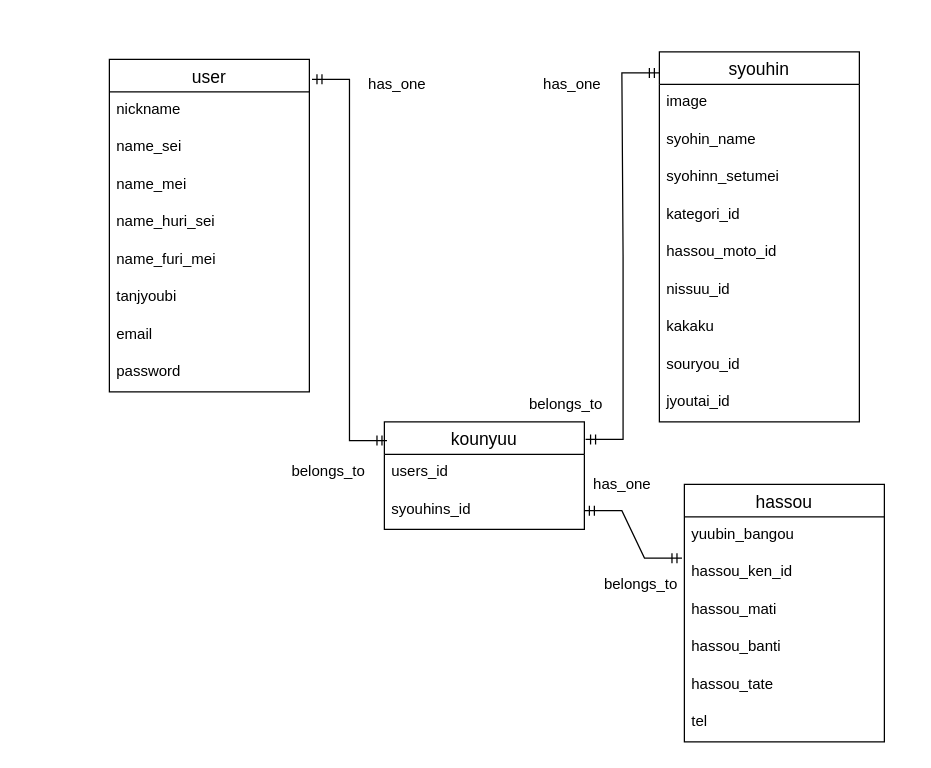
This is DB-ER.dio from nao-ogawara0445/furima-34540, a draw.io file, before an edit. Source tidied: cells renumbered, new cells numbered last; positions are measured from the earlier drawing's top-left corner, leaving out a move shared by most shapes. Both pictures are drawn from the tidied source at 125%, with x=0, y=0 at pixel (109, 51).
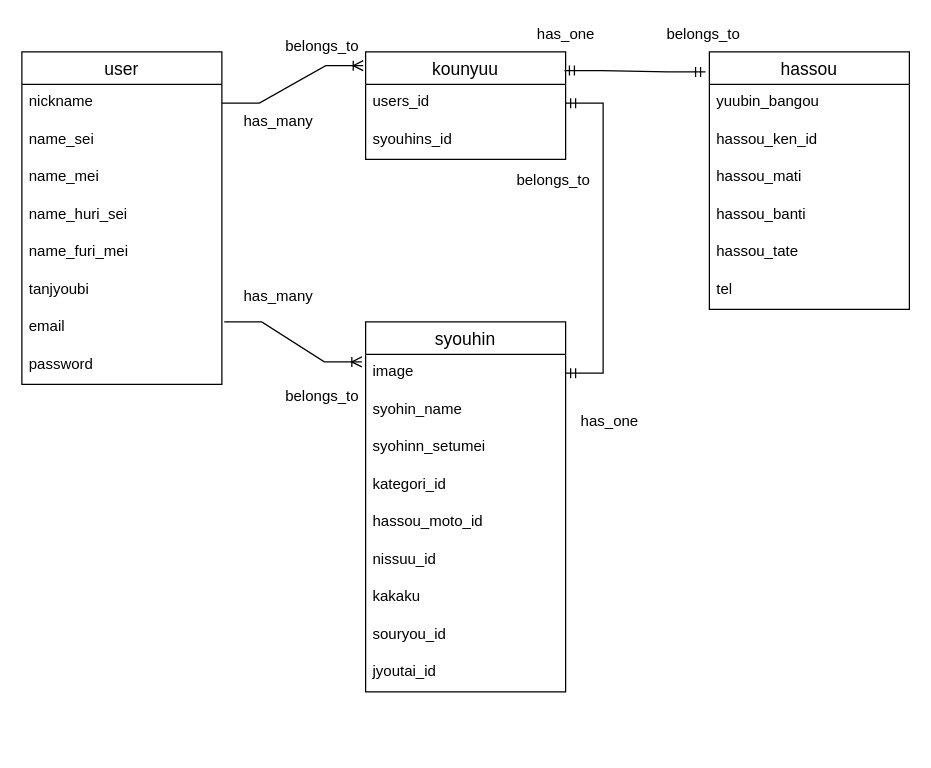
Above is the later version.

Unchanged cells that the change refers to:
```xml
<mxCell id="3" value="nickname" style="text;strokeColor=none;fillColor=none;spacingLeft=4;spacingRight=4;overflow=hidden;points=[[0,0.5],[1,0.5]];portConstraint=eastwest;fontSize=12;" parent="2" vertex="1">
  <mxGeometry y="26" width="160" height="30" as="geometry" />
</mxCell>
<mxCell id="12" value="image" style="text;strokeColor=none;fillColor=none;spacingLeft=4;spacingRight=4;overflow=hidden;points=[[0,0.5],[1,0.5]];portConstraint=eastwest;fontSize=12;" parent="11" vertex="1">
  <mxGeometry y="26" width="160" height="30" as="geometry" />
</mxCell>
<mxCell id="22" value="users_id" style="text;strokeColor=none;fillColor=none;spacingLeft=4;spacingRight=4;overflow=hidden;points=[[0,0.5],[1,0.5]];portConstraint=eastwest;fontSize=12;" parent="21" vertex="1">
  <mxGeometry y="26" width="160" height="30" as="geometry" />
</mxCell>
<mxCell id="23" value="syouhins_id" style="text;strokeColor=none;fillColor=none;spacingLeft=4;spacingRight=4;overflow=hidden;points=[[0,0.5],[1,0.5]];portConstraint=eastwest;fontSize=12;" parent="21" vertex="1">
  <mxGeometry y="56" width="160" height="30" as="geometry" />
</mxCell>
<mxCell id="26" value="hassou_ken_id" style="text;strokeColor=none;fillColor=none;spacingLeft=4;spacingRight=4;overflow=hidden;points=[[0,0.5],[1,0.5]];portConstraint=eastwest;fontSize=12;" parent="24" vertex="1">
  <mxGeometry y="56" width="160" height="30" as="geometry" />
</mxCell>
```

The edit, as a diff of the source:
```diff
@@
     <mxCell id="2" value="user" style="swimlane;fontStyle=0;horizontal=1;startSize=26;align=center;fontSize=14;" parent="1" vertex="1">
-      <mxGeometry y="6" width="160" height="266" as="geometry" />
+      <mxGeometry x="-70" width="160" height="266" as="geometry" />
     </mxCell>
@@
     <mxCell id="11" value="syouhin" style="swimlane;fontStyle=0;horizontal=1;startSize=26;align=center;fontSize=14;" parent="1" vertex="1">
-      <mxGeometry x="440" width="160" height="296" as="geometry" />
+      <mxGeometry x="205" y="216" width="160" height="296" as="geometry" />
     </mxCell>
@@
     <mxCell id="21" value="kounyuu" style="swimlane;fontStyle=0;horizontal=1;startSize=26;align=center;fontSize=14;" parent="1" vertex="1">
-      <mxGeometry x="220" y="296" width="160" height="86" as="geometry" />
+      <mxGeometry x="205" width="160" height="86" as="geometry" />
     </mxCell>
@@
     <mxCell id="24" value="hassou" style="swimlane;fontStyle=0;horizontal=1;startSize=26;align=center;fontSize=14;" parent="1" vertex="1">
-      <mxGeometry x="460" y="346" width="160" height="206" as="geometry" />
+      <mxGeometry x="480" width="160" height="206" as="geometry" />
     </mxCell>
@@
-    <mxCell id="31" value="has_one" style="text;html=1;align=center;verticalAlign=middle;" parent="1" vertex="1">
-      <mxGeometry x="200" y="16" width="60" height="20" as="geometry" />
+    <mxCell id="31" value="has_many" style="text;html=1;align=center;verticalAlign=middle;" parent="1" vertex="1">
+      <mxGeometry x="100" y="46" width="70" height="20" as="geometry" />
     </mxCell>
     <mxCell id="32" value="belongs_to" style="text;html=1;align=center;verticalAlign=middle;" parent="1" vertex="1">
-      <mxGeometry x="330" y="272" width="70" height="20" as="geometry" />
+      <mxGeometry x="320" y="93" width="70" height="20" as="geometry" />
     </mxCell>
     <mxCell id="33" value="belongs_to" style="text;html=1;align=center;verticalAlign=middle;" parent="1" vertex="1">
-      <mxGeometry x="140" y="326" width="70" height="20" as="geometry" />
+      <mxGeometry x="135" y="266" width="70" height="20" as="geometry" />
     </mxCell>
-    <mxCell id="34" style="edgeStyle=entityRelationEdgeStyle;fontSize=12;html=1;endArrow=ERmandOne;startArrow=ERmandOne;exitX=1.013;exitY=0.06;exitDx=0;exitDy=0;exitPerimeter=0;entryX=0.013;entryY=0.174;entryDx=0;entryDy=0;entryPerimeter=0;rounded=0;" parent="1" edge="1" source="2" target="21">
-      <mxGeometry relative="1" as="geometry" />
-    </mxCell>
-    <mxCell id="35" style="edgeStyle=entityRelationEdgeStyle;fontSize=12;html=1;endArrow=ERmandOne;startArrow=ERmandOne;entryX=0;entryY=0.057;entryDx=0;entryDy=0;entryPerimeter=0;exitX=1.006;exitY=0.163;exitDx=0;exitDy=0;exitPerimeter=0;rounded=0;" parent="1" edge="1" source="21" target="11">
-      <mxGeometry relative="1" as="geometry" />
-    </mxCell>
     <mxCell id="36" value="has_one" style="text;html=1;align=center;verticalAlign=middle;" parent="1" vertex="1">
-      <mxGeometry x="340" y="16" width="60" height="20" as="geometry" />
+      <mxGeometry x="335" y="-24" width="60" height="20" as="geometry" />
     </mxCell>
-    <mxCell id="37" style="edgeStyle=entityRelationEdgeStyle;fontSize=12;html=1;endArrow=ERmandOne;startArrow=ERmandOne;exitX=1;exitY=0.5;exitDx=0;exitDy=0;rounded=0;entryX=-0.012;entryY=0.1;entryDx=0;entryDy=0;entryPerimeter=0;" parent="1" edge="1" source="23" target="26">
-      <mxGeometry relative="1" as="geometry" />
-    </mxCell>
     <mxCell id="38" value="has_one" style="text;html=1;align=center;verticalAlign=middle;" parent="1" vertex="1">
-      <mxGeometry x="380" y="336" width="60" height="20" as="geometry" />
+      <mxGeometry x="370" y="286" width="60" height="20" as="geometry" />
     </mxCell>
     <mxCell id="39" value="belongs_to" style="text;html=1;align=center;verticalAlign=middle;" parent="1" vertex="1">
-      <mxGeometry x="390" y="416" width="70" height="20" as="geometry" />
+      <mxGeometry x="135" y="-14" width="70" height="20" as="geometry" />
     </mxCell>
+    <mxCell id="40" value="has_many" style="text;html=1;align=center;verticalAlign=middle;" parent="1" vertex="1">
+      <mxGeometry x="100" y="186" width="70" height="20" as="geometry" />
+    </mxCell>
+    <mxCell id="41" style="edgeStyle=entityRelationEdgeStyle;fontSize=12;html=1;endArrow=ERoneToMany;rounded=0;entryX=-0.012;entryY=0.128;entryDx=0;entryDy=0;entryPerimeter=0;exitX=1;exitY=0.5;exitDx=0;exitDy=0;" parent="1" edge="1" source="3" target="21">
+      <mxGeometry relative="1" as="geometry" />
+    </mxCell>
+    <mxCell id="42" style="edgeStyle=entityRelationEdgeStyle;fontSize=12;html=1;endArrow=ERoneToMany;rounded=0;entryX=-0.019;entryY=0.2;entryDx=0;entryDy=0;entryPerimeter=0;exitX=1;exitY=0.5;exitDx=0;exitDy=0;" parent="1" edge="1" target="12">
+      <mxGeometry relative="1" as="geometry">
+        <mxPoint x="91.9" y="216" as="sourcePoint" />
+      </mxGeometry>
+    </mxCell>
+    <mxCell id="43" style="edgeStyle=entityRelationEdgeStyle;fontSize=12;html=1;endArrow=ERmandOne;startArrow=ERmandOne;entryX=1;entryY=0.5;entryDx=0;entryDy=0;exitX=1;exitY=0.5;exitDx=0;exitDy=0;rounded=0;" parent="1" edge="1" source="12" target="22">
+      <mxGeometry relative="1" as="geometry" />
+    </mxCell>
+    <mxCell id="44" style="edgeStyle=entityRelationEdgeStyle;fontSize=12;html=1;endArrow=ERmandOne;startArrow=ERmandOne;exitX=0.994;exitY=0.174;exitDx=0;exitDy=0;exitPerimeter=0;entryX=-0.019;entryY=0.078;entryDx=0;entryDy=0;entryPerimeter=0;rounded=0;" parent="1" edge="1" source="21" target="24">
+      <mxGeometry relative="1" as="geometry" />
+    </mxCell>
+    <mxCell id="45" value="belongs_to" style="text;html=1;align=center;verticalAlign=middle;" parent="1" vertex="1">
+      <mxGeometry x="440" y="-24" width="70" height="20" as="geometry" />
+    </mxCell>
```
